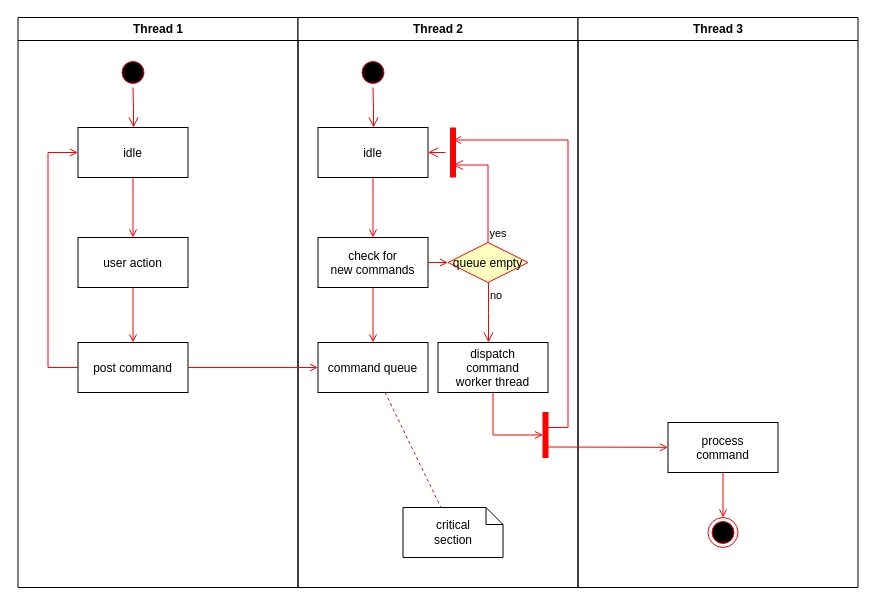
Above: Untitled Diagram.drawio in ghawthorne66/budgetjs (draw.io), before the change. Source tidied: cells renumbered, new cells numbered last; positions are measured from the earlier drawing's top-left corner, leaving out a move shared by most shapes. Both pictures are drawn from the tidied source at 100%, with x=0, y=0 at pixel (17, 17).
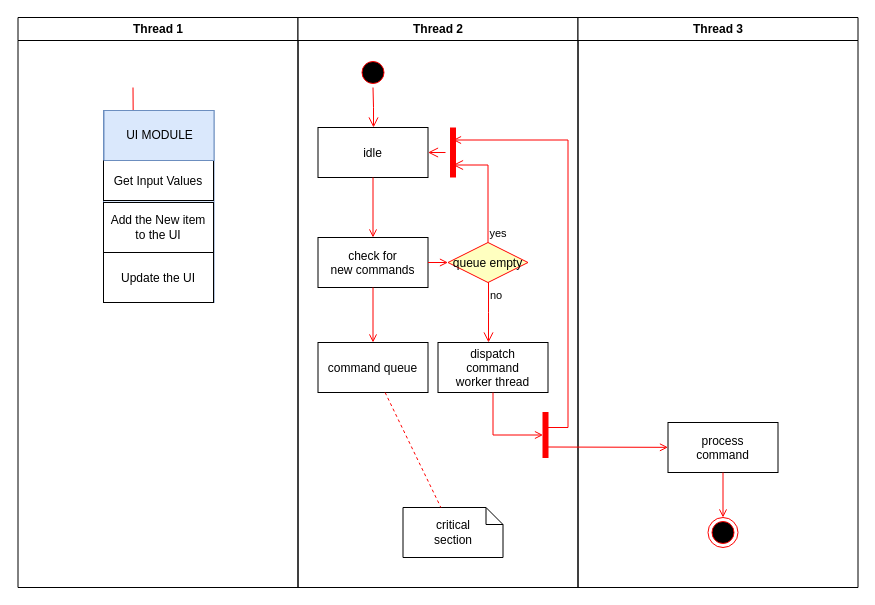
After the change.

The change refers to these unchanged cells:
```xml
<mxCell id="2" value="Thread 1" style="swimlane;whiteSpace=wrap;" parent="1" vertex="1">
  <mxGeometry x="0.5" width="280" height="570" as="geometry" />
</mxCell>
<mxCell id="17" value="command queue" parent="11" vertex="1">
  <mxGeometry x="20" y="325" width="110" height="50" as="geometry" />
</mxCell>
```

Change to the diagram source:
```diff
@@
-    <mxCell id="3" style="ellipse;shape=startState;fillColor=#000000;strokeColor=#ff0000;" parent="2" vertex="1">
-      <mxGeometry x="100" y="40" width="30" height="30" as="geometry" />
-    </mxCell>
-    <mxCell id="4" style="edgeStyle=elbowEdgeStyle;elbow=horizontal;verticalAlign=bottom;endArrow=open;endSize=8;strokeColor=#FF0000;endFill=1;rounded=0;" parent="2" edge="1" source="3" target="5">
-      <mxGeometry x="100" y="40" as="geometry" />
+    <mxCell id="4" style="edgeStyle=elbowEdgeStyle;elbow=horizontal;verticalAlign=bottom;endArrow=open;endSize=8;strokeColor=#FF0000;endFill=1;rounded=0;" parent="2" edge="1" target="5">
+      <mxGeometry x="100" y="40" as="geometry">
+        <mxPoint x="115" y="70" as="sourcePoint" />
+      </mxGeometry>
     </mxCell>
+    <mxCell id="37" style="group;fillColor=#dae8fc;strokeColor=#6c8ebf;" parent="2" vertex="1">
+      <mxGeometry x="85.5" y="93" width="110.5" height="192" as="geometry" />
+    </mxCell>
-    <mxCell id="5" value="idle" parent="2" vertex="1">
-      <mxGeometry x="60" y="110" width="110" height="50" as="geometry" />
+    <mxCell id="5" value="Get Input Values" parent="37" vertex="1">
+      <mxGeometry y="50" width="110" height="40" as="geometry" />
     </mxCell>
-    <mxCell id="6" value="user action" parent="2" vertex="1">
-      <mxGeometry x="60" y="220" width="110" height="50" as="geometry" />
+    <mxCell id="6" value="Add the New item to the UI" style="whiteSpace=wrap;" parent="37" vertex="1">
+      <mxGeometry y="92" width="110" height="50" as="geometry" />
     </mxCell>
-    <mxCell id="7" style="endArrow=open;strokeColor=#FF0000;endFill=1;rounded=0;" parent="2" edge="1" source="5" target="6">
-      <mxGeometry relative="1" as="geometry" />
-    </mxCell>
-    <mxCell id="8" value="post command" parent="2" vertex="1">
-      <mxGeometry x="60" y="325" width="110" height="50" as="geometry" />
+    <mxCell id="8" value="Update the UI" parent="37" vertex="1">
+      <mxGeometry y="142" width="110" height="50" as="geometry" />
     </mxCell>
-    <mxCell id="9" style="endArrow=open;strokeColor=#FF0000;endFill=1;rounded=0;" parent="2" edge="1" source="6" target="8">
-      <mxGeometry relative="1" as="geometry" />
-    </mxCell>
-    <mxCell id="10" style="edgeStyle=elbowEdgeStyle;elbow=horizontal;strokeColor=#FF0000;endArrow=open;endFill=1;rounded=0;" parent="2" edge="1" source="8" target="5">
-      <mxGeometry relative="1" as="geometry">
-        <Array as="points">
-          <mxPoint x="30" y="250" />
-        </Array>
-      </mxGeometry>
-    </mxCell>
+    <mxCell id="38" value="UI MODULE" style="html=1;fillColor=#dae8fc;strokeColor=#6c8ebf;" parent="37" vertex="1">
+      <mxGeometry x="0.5" width="110" height="50" as="geometry" />
+    </mxCell>
@@
-    <mxCell id="36" style="endArrow=open;strokeColor=#FF0000;endFill=1;rounded=0;" parent="1" edge="1" source="8" target="17">
-      <mxGeometry relative="1" as="geometry" />
-    </mxCell>
```
